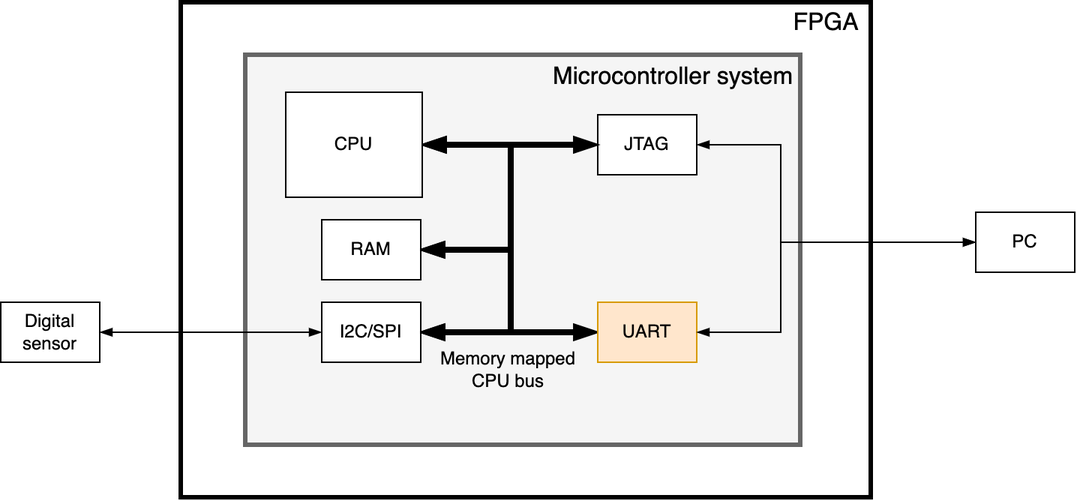
Earlier version of the draw.io export fys4220-jbook/graphics/project_embedded_system.png (fys4220/fys4220.github.io). Source tidied: cells renumbered, new cells last; positions are measured from the earlier drawing's top-left corner, leaving out a move shared by most shapes. The source it was exported from:
```xml
<mxGraphModel>
  <root>
    <mxCell id="0" />
    <mxCell id="1" parent="0" />
    <mxCell id="2" style="rounded=0;whiteSpace=wrap;html=1;strokeWidth=3;" parent="1" vertex="1">
      <mxGeometry x="120" width="460" height="330" as="geometry" />
    </mxCell>
    <mxCell id="3" style="rounded=0;whiteSpace=wrap;html=1;strokeWidth=3;fillColor=#f5f5f5;fontColor=#333333;strokeColor=#666666;" parent="1" vertex="1">
      <mxGeometry x="163" y="35" width="370" height="260" as="geometry" />
    </mxCell>
    <mxCell id="4" value="JTAG" style="rounded=0;whiteSpace=wrap;html=1;" parent="1" vertex="1">
      <mxGeometry x="398" y="75" width="66" height="40" as="geometry" />
    </mxCell>
    <mxCell id="5" style="edgeStyle=none;html=1;rounded=0;startArrow=blockThin;startFill=1;endArrow=blockThin;endFill=1;strokeWidth=4;entryX=1;entryY=0.5;entryDx=0;entryDy=0;exitX=1;exitY=0.5;exitDx=0;exitDy=0;" parent="1" edge="1" source="7" target="9">
      <mxGeometry relative="1" as="geometry">
        <Array as="points">
          <mxPoint x="340" y="95" />
          <mxPoint x="340" y="165" />
        </Array>
      </mxGeometry>
    </mxCell>
    <mxCell id="6" style="edgeStyle=none;rounded=0;html=1;exitX=1;exitY=0.5;exitDx=0;exitDy=0;startArrow=blockThin;startFill=1;endArrow=blockThin;endFill=1;strokeWidth=4;" parent="1" edge="1" source="7" target="4">
      <mxGeometry relative="1" as="geometry" />
    </mxCell>
    <mxCell id="7" value="CPU" style="rounded=0;whiteSpace=wrap;html=1;" parent="1" vertex="1">
      <mxGeometry x="190" y="60" width="91" height="70" as="geometry" />
    </mxCell>
    <mxCell id="8" style="edgeStyle=none;rounded=0;html=1;exitX=1;exitY=0.5;exitDx=0;exitDy=0;entryX=1;entryY=0.5;entryDx=0;entryDy=0;startArrow=blockThin;startFill=1;endArrow=blockThin;endFill=1;strokeWidth=4;" parent="1" edge="1" source="9" target="12">
      <mxGeometry relative="1" as="geometry">
        <Array as="points">
          <mxPoint x="340" y="165" />
          <mxPoint x="340" y="220" />
        </Array>
      </mxGeometry>
    </mxCell>
    <mxCell id="9" value="RAM" style="rounded=0;whiteSpace=wrap;html=1;" parent="1" vertex="1">
      <mxGeometry x="214" y="145" width="66" height="40" as="geometry" />
    </mxCell>
    <mxCell id="10" style="edgeStyle=none;rounded=0;html=1;exitX=1;exitY=0.5;exitDx=0;exitDy=0;startArrow=blockThin;startFill=1;endArrow=blockThin;endFill=1;strokeWidth=4;" parent="1" edge="1" source="12" target="13">
      <mxGeometry relative="1" as="geometry" />
    </mxCell>
    <mxCell id="11" style="edgeStyle=none;rounded=0;html=1;exitX=0;exitY=0.5;exitDx=0;exitDy=0;entryX=1;entryY=0.5;entryDx=0;entryDy=0;startArrow=blockThin;startFill=1;endArrow=blockThin;endFill=1;strokeWidth=1;" parent="1" edge="1" source="12" target="19">
      <mxGeometry relative="1" as="geometry" />
    </mxCell>
    <mxCell id="12" value="I2C/SPI" style="rounded=0;whiteSpace=wrap;html=1;" parent="1" vertex="1">
      <mxGeometry x="214" y="200" width="66" height="40" as="geometry" />
    </mxCell>
    <mxCell id="13" value="UART" style="rounded=0;whiteSpace=wrap;html=1;fillColor=#ffe6cc;strokeColor=#d79b00;" parent="1" vertex="1">
      <mxGeometry x="398" y="200" width="66" height="40" as="geometry" />
    </mxCell>
    <mxCell id="14" value="&lt;font style=&quot;font-size: 16px&quot;&gt;Microcontroller system&lt;/font&gt;" style="text;html=1;align=center;verticalAlign=middle;fillColor=none;strokeColor=none;rounded=0;" parent="1" vertex="1">
      <mxGeometry x="358" y="40" width="180" height="20" as="geometry" />
    </mxCell>
    <mxCell id="15" value="&lt;font style=&quot;font-size: 16px&quot;&gt;FPGA&lt;/font&gt;" style="text;html=1;align=center;verticalAlign=middle;fillColor=none;strokeColor=none;rounded=0;" parent="1" vertex="1">
      <mxGeometry x="520" y="4" width="60" height="20" as="geometry" />
    </mxCell>
    <mxCell id="16" style="edgeStyle=none;rounded=0;html=1;exitX=0;exitY=0.5;exitDx=0;exitDy=0;entryX=1;entryY=0.5;entryDx=0;entryDy=0;startArrow=blockThin;startFill=1;endArrow=blockThin;endFill=1;strokeWidth=1;" parent="1" edge="1" source="17" target="4">
      <mxGeometry relative="1" as="geometry">
        <Array as="points">
          <mxPoint x="520" y="160" />
          <mxPoint x="520" y="95" />
        </Array>
      </mxGeometry>
    </mxCell>
    <mxCell id="17" value="PC" style="rounded=0;whiteSpace=wrap;html=1;" parent="1" vertex="1">
      <mxGeometry x="650" y="140" width="66" height="40" as="geometry" />
    </mxCell>
    <mxCell id="18" style="edgeStyle=none;rounded=0;html=1;exitX=0;exitY=0.5;exitDx=0;exitDy=0;entryX=1;entryY=0.5;entryDx=0;entryDy=0;startArrow=blockThin;startFill=1;endArrow=blockThin;endFill=1;strokeWidth=1;" parent="1" edge="1" source="17" target="13">
      <mxGeometry relative="1" as="geometry">
        <Array as="points">
          <mxPoint x="520" y="160" />
          <mxPoint x="520" y="220" />
        </Array>
      </mxGeometry>
    </mxCell>
    <mxCell id="19" value="Digital sensor" style="rounded=0;whiteSpace=wrap;html=1;" parent="1" vertex="1">
      <mxGeometry y="200" width="66" height="40" as="geometry" />
    </mxCell>
    <mxCell id="20" value="Memory mapped&lt;br&gt;CPU bus" style="text;html=1;align=center;verticalAlign=middle;fillColor=none;strokeColor=none;rounded=0;" parent="1" vertex="1">
      <mxGeometry x="283" y="230" width="110" height="30" as="geometry" />
    </mxCell>
  </root>
</mxGraphModel>
```
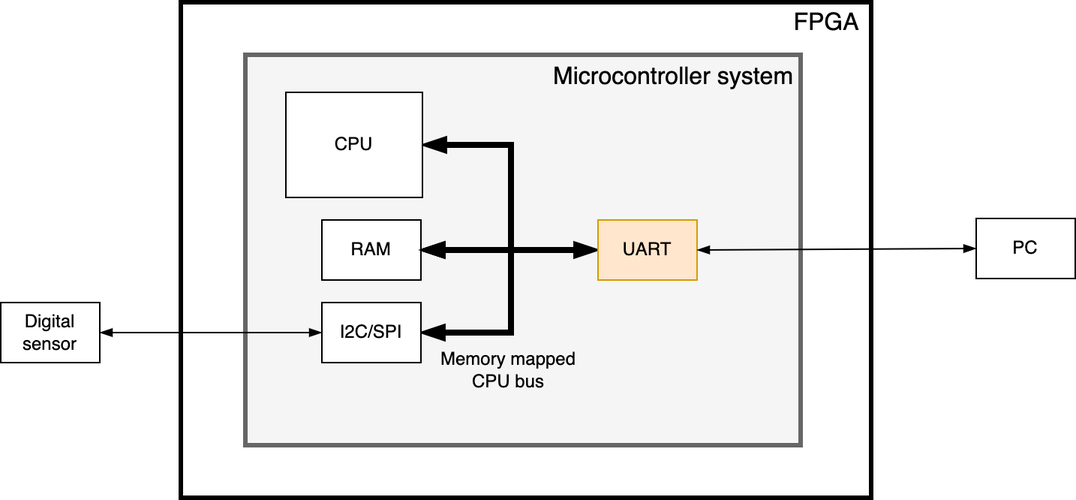
After the change.

The edit, as a diff of the source:
```diff
@@ -8,9 +8,6 @@
     <mxCell id="3" style="rounded=0;whiteSpace=wrap;html=1;strokeWidth=3;fillColor=#f5f5f5;fontColor=#333333;strokeColor=#666666;" parent="1" vertex="1">
       <mxGeometry x="163" y="35" width="370" height="260" as="geometry" />
     </mxCell>
-    <mxCell id="4" value="JTAG" style="rounded=0;whiteSpace=wrap;html=1;" parent="1" vertex="1">
-      <mxGeometry x="398" y="75" width="66" height="40" as="geometry" />
-    </mxCell>
     <mxCell id="5" style="edgeStyle=none;html=1;rounded=0;startArrow=blockThin;startFill=1;endArrow=blockThin;endFill=1;strokeWidth=4;entryX=1;entryY=0.5;entryDx=0;entryDy=0;exitX=1;exitY=0.5;exitDx=0;exitDy=0;" parent="1" edge="1" source="7" target="9">
       <mxGeometry relative="1" as="geometry">
         <Array as="points">
@@ -19,9 +16,6 @@
         </Array>
       </mxGeometry>
     </mxCell>
-    <mxCell id="6" style="edgeStyle=none;rounded=0;html=1;exitX=1;exitY=0.5;exitDx=0;exitDy=0;startArrow=blockThin;startFill=1;endArrow=blockThin;endFill=1;strokeWidth=4;" parent="1" edge="1" source="7" target="4">
-      <mxGeometry relative="1" as="geometry" />
-    </mxCell>
     <mxCell id="7" value="CPU" style="rounded=0;whiteSpace=wrap;html=1;" parent="1" vertex="1">
       <mxGeometry x="190" y="60" width="91" height="70" as="geometry" />
     </mxCell>
@@ -36,7 +30,7 @@
     <mxCell id="9" value="RAM" style="rounded=0;whiteSpace=wrap;html=1;" parent="1" vertex="1">
       <mxGeometry x="214" y="145" width="66" height="40" as="geometry" />
     </mxCell>
-    <mxCell id="10" style="edgeStyle=none;rounded=0;html=1;exitX=1;exitY=0.5;exitDx=0;exitDy=0;startArrow=blockThin;startFill=1;endArrow=blockThin;endFill=1;strokeWidth=4;" parent="1" edge="1" source="12" target="13">
+    <mxCell id="10" style="edgeStyle=none;rounded=0;html=1;exitX=1;exitY=0.5;exitDx=0;exitDy=0;startArrow=blockThin;startFill=1;endArrow=blockThin;endFill=1;strokeWidth=4;" parent="1" edge="1" source="9" target="13">
       <mxGeometry relative="1" as="geometry" />
     </mxCell>
     <mxCell id="11" style="edgeStyle=none;rounded=0;html=1;exitX=0;exitY=0.5;exitDx=0;exitDy=0;entryX=1;entryY=0.5;entryDx=0;entryDy=0;startArrow=blockThin;startFill=1;endArrow=blockThin;endFill=1;strokeWidth=1;" parent="1" edge="1" source="12" target="19">
@@ -45,8 +39,11 @@
     <mxCell id="12" value="I2C/SPI" style="rounded=0;whiteSpace=wrap;html=1;" parent="1" vertex="1">
       <mxGeometry x="214" y="200" width="66" height="40" as="geometry" />
     </mxCell>
+    <mxCell id="21" style="edgeStyle=none;html=1;exitX=1;exitY=0.5;exitDx=0;exitDy=0;entryX=0;entryY=0.5;entryDx=0;entryDy=0;startArrow=blockThin;startFill=1;endArrow=blockThin;endFill=1;" parent="1" edge="1" source="13" target="17">
+      <mxGeometry relative="1" as="geometry" />
+    </mxCell>
     <mxCell id="13" value="UART" style="rounded=0;whiteSpace=wrap;html=1;fillColor=#ffe6cc;strokeColor=#d79b00;" parent="1" vertex="1">
-      <mxGeometry x="398" y="200" width="66" height="40" as="geometry" />
+      <mxGeometry x="398" y="145" width="66" height="40" as="geometry" />
     </mxCell>
     <mxCell id="14" value="&lt;font style=&quot;font-size: 16px&quot;&gt;Microcontroller system&lt;/font&gt;" style="text;html=1;align=center;verticalAlign=middle;fillColor=none;strokeColor=none;rounded=0;" parent="1" vertex="1">
       <mxGeometry x="358" y="40" width="180" height="20" as="geometry" />
@@ -54,25 +51,9 @@
     <mxCell id="15" value="&lt;font style=&quot;font-size: 16px&quot;&gt;FPGA&lt;/font&gt;" style="text;html=1;align=center;verticalAlign=middle;fillColor=none;strokeColor=none;rounded=0;" parent="1" vertex="1">
       <mxGeometry x="520" y="4" width="60" height="20" as="geometry" />
     </mxCell>
-    <mxCell id="16" style="edgeStyle=none;rounded=0;html=1;exitX=0;exitY=0.5;exitDx=0;exitDy=0;entryX=1;entryY=0.5;entryDx=0;entryDy=0;startArrow=blockThin;startFill=1;endArrow=blockThin;endFill=1;strokeWidth=1;" parent="1" edge="1" source="17" target="4">
-      <mxGeometry relative="1" as="geometry">
-        <Array as="points">
-          <mxPoint x="520" y="160" />
-          <mxPoint x="520" y="95" />
-        </Array>
-      </mxGeometry>
-    </mxCell>
     <mxCell id="17" value="PC" style="rounded=0;whiteSpace=wrap;html=1;" parent="1" vertex="1">
-      <mxGeometry x="650" y="140" width="66" height="40" as="geometry" />
+      <mxGeometry x="650" y="144" width="66" height="40" as="geometry" />
     </mxCell>
-    <mxCell id="18" style="edgeStyle=none;rounded=0;html=1;exitX=0;exitY=0.5;exitDx=0;exitDy=0;entryX=1;entryY=0.5;entryDx=0;entryDy=0;startArrow=blockThin;startFill=1;endArrow=blockThin;endFill=1;strokeWidth=1;" parent="1" edge="1" source="17" target="13">
-      <mxGeometry relative="1" as="geometry">
-        <Array as="points">
-          <mxPoint x="520" y="160" />
-          <mxPoint x="520" y="220" />
-        </Array>
-      </mxGeometry>
-    </mxCell>
     <mxCell id="19" value="Digital sensor" style="rounded=0;whiteSpace=wrap;html=1;" parent="1" vertex="1">
       <mxGeometry y="200" width="66" height="40" as="geometry" />
     </mxCell>
```
